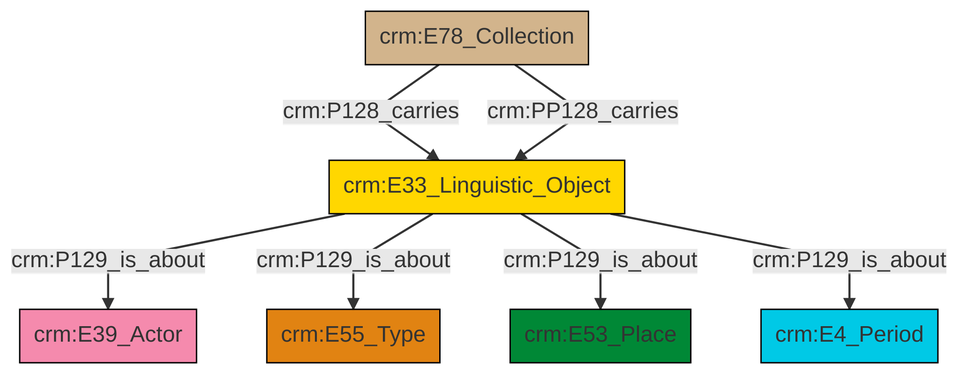
The Mermaid diagram et/archivalCSV/ttl/mmd/png/archival_aboutness.png in swiss-art-research-net/docs.swissartresearch, before a commit. Its source is kept beside it as et/archivalCSV/ttl/mmd/archival_aboutness.ttl.mmd.
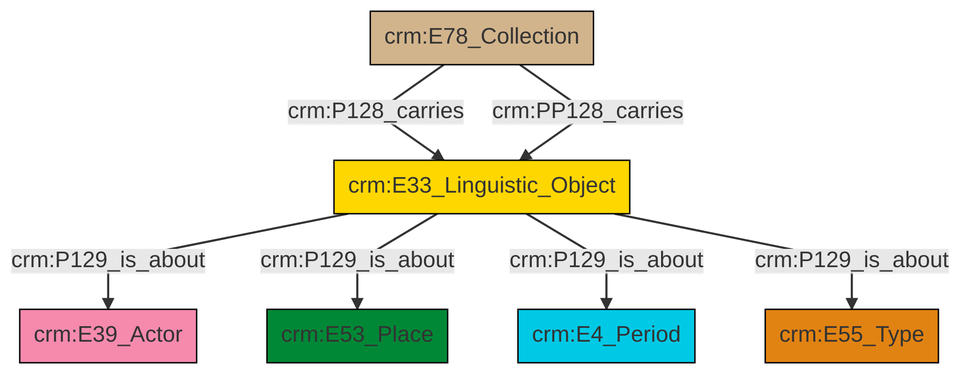
After the commit.

What changed in the source:
```diff
@@ -14,8 +14,8 @@
 classDef Multi fill:#cccccc,stroke:#000000;
 
 0["crm:E78_Collection"]:::Physical_Thing -->|crm:P128_carries| 1["crm:E33_Linguistic_Object"]:::Conceptual_Object
-1["crm:E33_Linguistic_Object"]:::Conceptual_Object -->|crm:P129_is_about| 4["crm:E39_Actor"]:::Actor
+1["crm:E33_Linguistic_Object"]:::Conceptual_Object -->|crm:P129_is_about| 5["crm:E39_Actor"]:::Actor
+1["crm:E33_Linguistic_Object"]:::Conceptual_Object -->|crm:P129_is_about| 6["crm:E53_Place"]:::Place
+1["crm:E33_Linguistic_Object"]:::Conceptual_Object -->|crm:P129_is_about| 2["crm:E4_Period"]:::Temporal_Entity
 0["crm:E78_Collection"]:::Physical_Thing -->|crm:PP128_carries| 1["crm:E33_Linguistic_Object"]:::Conceptual_Object
-1["crm:E33_Linguistic_Object"]:::Conceptual_Object -->|crm:P129_is_about| 2["crm:E55_Type"]:::Type
-1["crm:E33_Linguistic_Object"]:::Conceptual_Object -->|crm:P129_is_about| 5["crm:E53_Place"]:::Place
-1["crm:E33_Linguistic_Object"]:::Conceptual_Object -->|crm:P129_is_about| 8["crm:E4_Period"]:::Temporal_Entity
+1["crm:E33_Linguistic_Object"]:::Conceptual_Object -->|crm:P129_is_about| 9["crm:E55_Type"]:::Type
```
